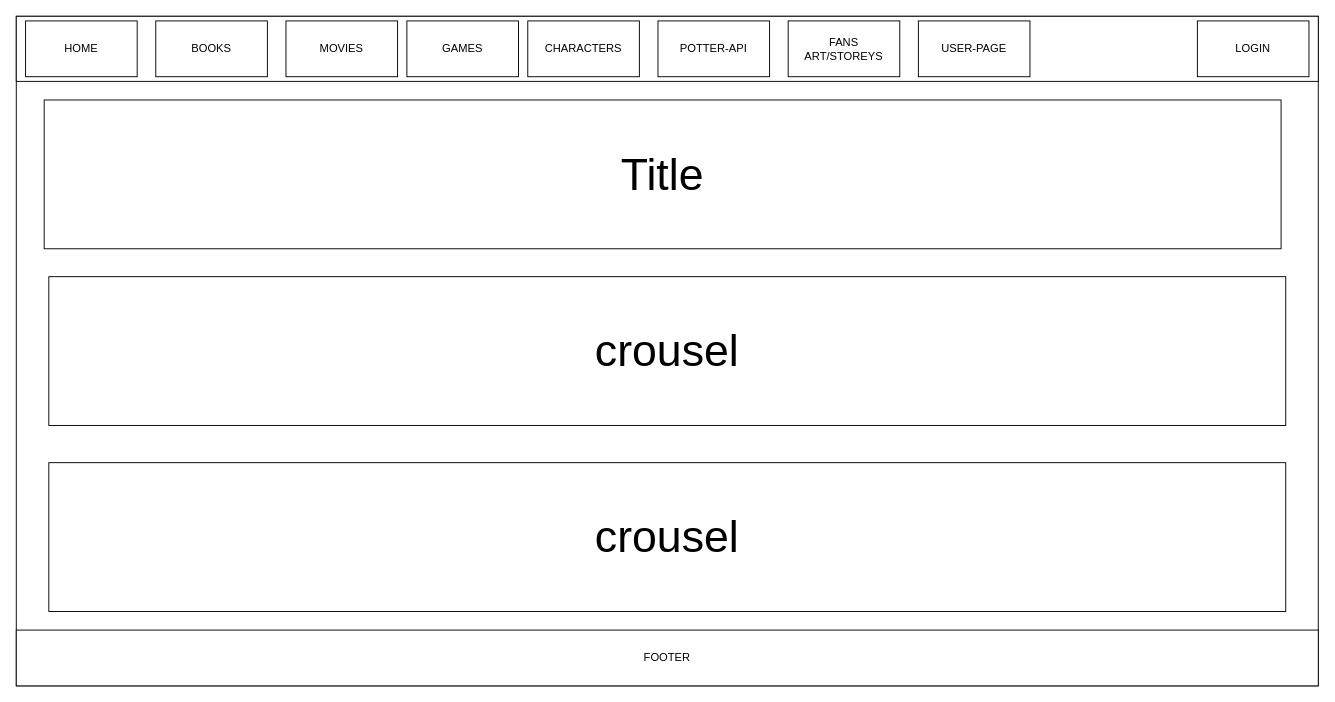
Before: page "HOME" (1 of 7) of pseudo/Mock site.drawio in t-bendet/potter-front-end-react, a draw.io diagram. Source tidied: cells renumbered, new cells numbered last; positions are measured from the earlier drawing's top-left corner, leaving out a move shared by most shapes. Both pictures are drawn from the tidied source at 93%, with x=0, y=0 at pixel (16, 16).
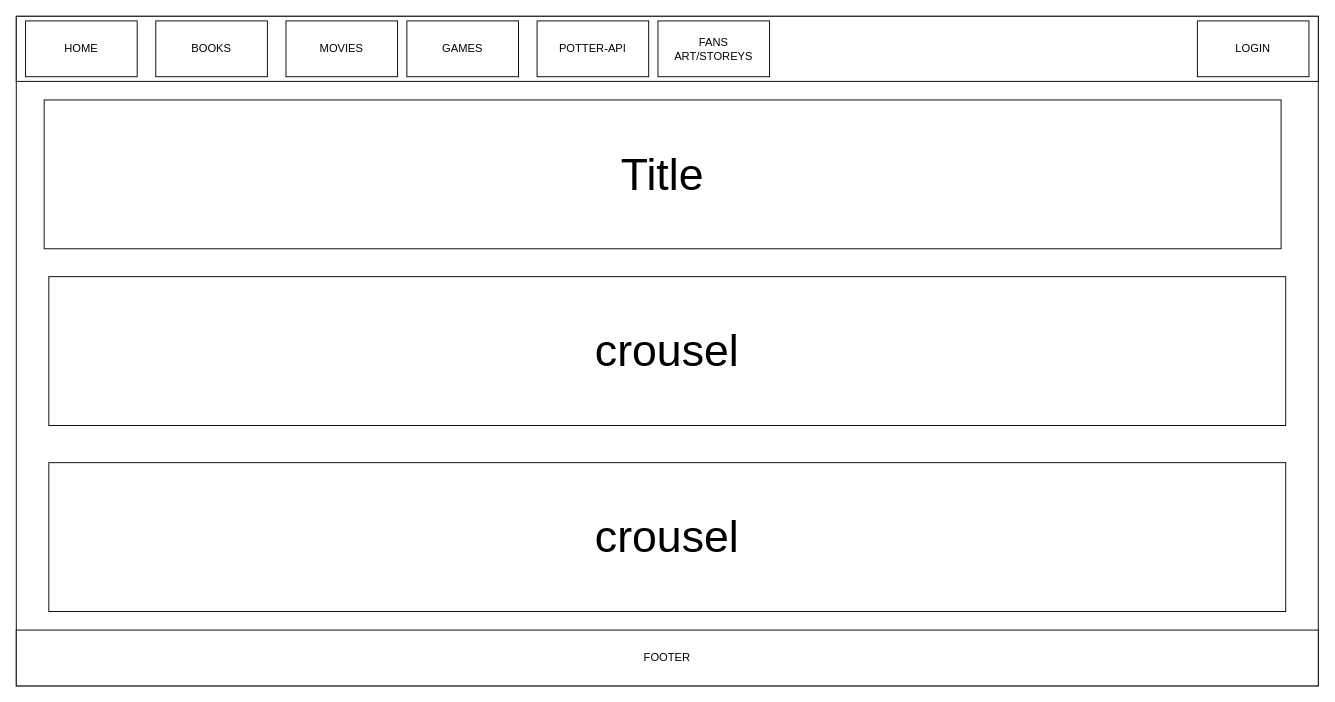
The same diagram, later.

Change to the diagram source:
```diff
@@
 <mxGraphModel>
   <root>
     <mxCell id="0" />
     <mxCell id="1" parent="0" />
     <mxCell id="2" style="rounded=0;whiteSpace=wrap;html=1;" parent="1" vertex="1">
       <mxGeometry width="1400" height="720" as="geometry" />
     </mxCell>
     <mxCell id="3" style="rounded=0;whiteSpace=wrap;html=1;" parent="1" vertex="1">
       <mxGeometry width="1400" height="70" as="geometry" />
     </mxCell>
     <mxCell id="4" value="HOME&lt;br&gt;" style="rounded=0;whiteSpace=wrap;html=1;" parent="1" vertex="1">
       <mxGeometry x="10" y="5" width="120" height="60" as="geometry" />
     </mxCell>
     <mxCell id="5" value="BOOKS" style="rounded=0;whiteSpace=wrap;html=1;" parent="1" vertex="1">
       <mxGeometry x="150" y="5" width="120" height="60" as="geometry" />
     </mxCell>
     <mxCell id="6" value="GAMES&lt;br&gt;" style="rounded=0;whiteSpace=wrap;html=1;" parent="1" vertex="1">
       <mxGeometry x="420" y="5" width="120" height="60" as="geometry" />
     </mxCell>
-    <mxCell id="7" value="CHARACTERS" style="rounded=0;whiteSpace=wrap;html=1;" parent="1" vertex="1">
-      <mxGeometry x="550" y="5" width="120" height="60" as="geometry" />
-    </mxCell>
     <mxCell id="8" value="MOVIES&lt;br&gt;" style="rounded=0;whiteSpace=wrap;html=1;" parent="1" vertex="1">
       <mxGeometry x="290" y="5" width="120" height="60" as="geometry" />
     </mxCell>
     <mxCell id="9" value="FANS ART/STOREYS" style="rounded=0;whiteSpace=wrap;html=1;" parent="1" vertex="1">
-      <mxGeometry x="830" y="5" width="120" height="60" as="geometry" />
+      <mxGeometry x="690" y="5" width="120" height="60" as="geometry" />
     </mxCell>
     <mxCell id="10" value="POTTER-API" style="rounded=0;whiteSpace=wrap;html=1;" parent="1" vertex="1">
-      <mxGeometry x="690" y="5" width="120" height="60" as="geometry" />
+      <mxGeometry x="560" y="5" width="120" height="60" as="geometry" />
     </mxCell>
     <mxCell id="11" value="LOGIN" style="rounded=0;whiteSpace=wrap;html=1;" parent="1" vertex="1">
       <mxGeometry x="1270" y="5" width="120" height="60" as="geometry" />
     </mxCell>
     <mxCell id="12" value="&lt;font style=&quot;font-size: 48px&quot;&gt;Title&lt;/font&gt;" style="rounded=0;whiteSpace=wrap;html=1;" parent="1" vertex="1">
       <mxGeometry x="30" y="90" width="1330" height="160" as="geometry" />
     </mxCell>
     <mxCell id="13" value="FOOTER" style="rounded=0;whiteSpace=wrap;html=1;" parent="1" vertex="1">
       <mxGeometry y="660" width="1400" height="60" as="geometry" />
     </mxCell>
     <mxCell id="14" value="&lt;font style=&quot;font-size: 48px&quot;&gt;crousel&lt;/font&gt;" style="rounded=0;whiteSpace=wrap;html=1;" parent="1" vertex="1">
       <mxGeometry x="35" y="280" width="1330" height="160" as="geometry" />
     </mxCell>
     <mxCell id="15" value="&lt;span style=&quot;font-size: 48px&quot;&gt;crousel&lt;/span&gt;" style="rounded=0;whiteSpace=wrap;html=1;" parent="1" vertex="1">
       <mxGeometry x="35" y="480" width="1330" height="160" as="geometry" />
     </mxCell>
-    <mxCell id="16" value="USER-PAGE" style="rounded=0;whiteSpace=wrap;html=1;" parent="1" vertex="1">
-      <mxGeometry x="970" y="5" width="120" height="60" as="geometry" />
-    </mxCell>
   </root>
 </mxGraphModel>
```
